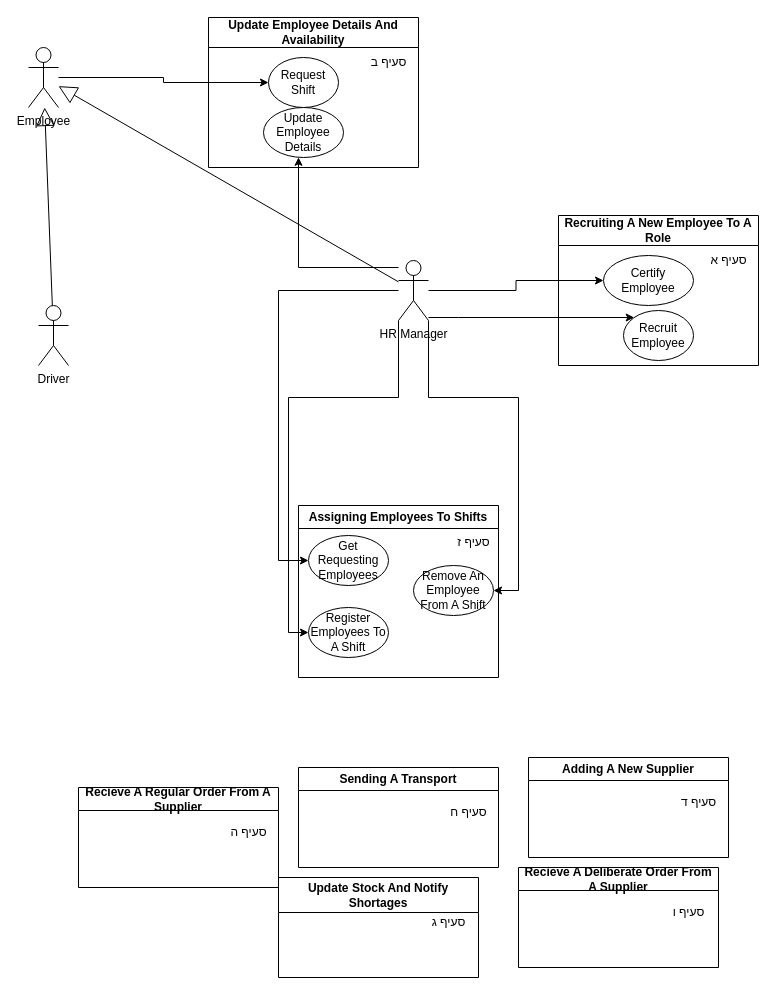
This is docs/UseCases.drawio from ADSS-GROUP-M/ADSS_GROUP_M, a draw.io file, before an edit. Source tidied: cells renumbered, new cells numbered last; positions are measured from the earlier drawing's top-left corner, leaving out a move shared by most shapes. Both pictures are drawn from the tidied source at 100%, with x=0, y=0 at pixel (28, 17).
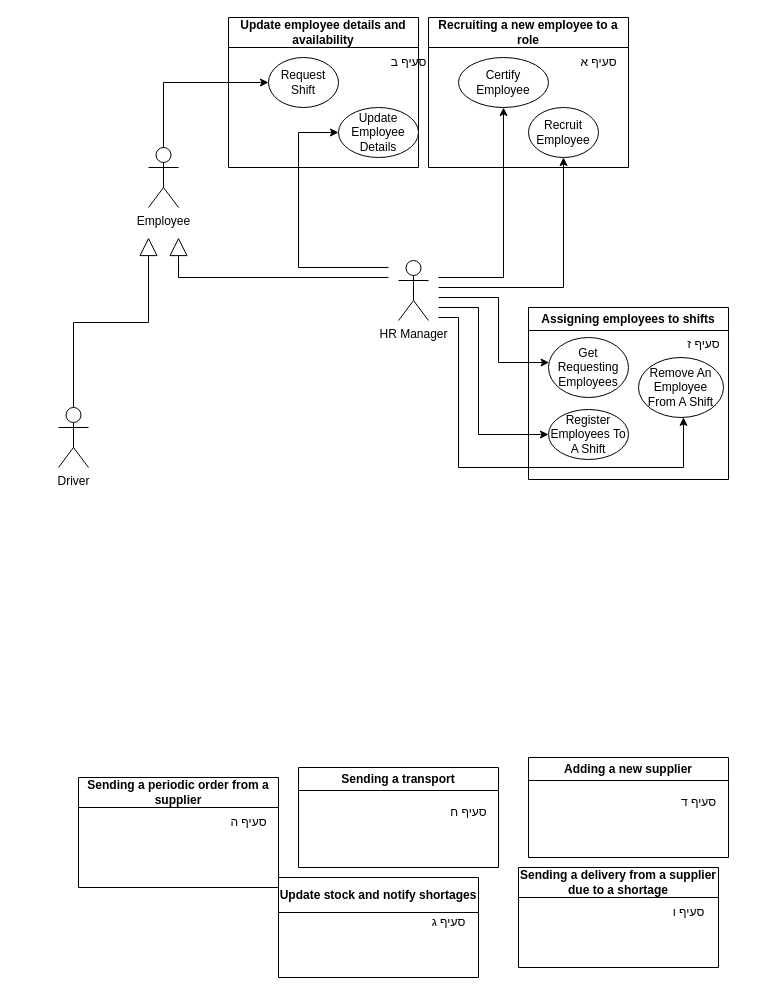
After the change.

The change refers to these unchanged cells:
```xml
<mxCell id="11" value="HR Manager" style="shape=umlActor;verticalLabelPosition=bottom;verticalAlign=top;html=1;outlineConnect=0;" parent="1" vertex="1">
  <mxGeometry x="370" y="243" width="30" height="60" as="geometry" />
</mxCell>
```

The edit, as a diff of the source:
```diff
@@
     <mxCell id="2" value="Driver" style="shape=umlActor;verticalLabelPosition=bottom;verticalAlign=top;html=1;outlineConnect=0;" parent="1" vertex="1">
-      <mxGeometry x="10" y="288" width="30" height="60" as="geometry" />
+      <mxGeometry x="30" y="390" width="30" height="60" as="geometry" />
     </mxCell>
     <mxCell id="3" style="edgeStyle=orthogonalEdgeStyle;rounded=0;jettySize=auto;html=1;" parent="1" edge="1" source="4" target="19">
-      <mxGeometry relative="1" as="geometry" />
+      <mxGeometry relative="1" as="geometry">
+        <Array as="points">
+          <mxPoint x="135" y="65" />
+        </Array>
+      </mxGeometry>
     </mxCell>
     <mxCell id="4" value="Employee" style="shape=umlActor;verticalLabelPosition=bottom;verticalAlign=top;html=1;outlineConnect=0;" parent="1" vertex="1">
-      <mxGeometry y="30" width="30" height="60" as="geometry" />
+      <mxGeometry x="120" y="130" width="30" height="60" as="geometry" />
     </mxCell>
-    <mxCell id="5" style="edgeStyle=orthogonalEdgeStyle;rounded=0;jettySize=auto;html=1;" parent="1" edge="1" source="11" target="15">
-      <mxGeometry relative="1" as="geometry" />
+    <mxCell id="5" style="rounded=0;jettySize=auto;html=1;edgeStyle=orthogonalEdgeStyle;" parent="1" edge="1" target="15">
+      <mxGeometry relative="1" as="geometry">
+        <mxPoint x="410" y="260" as="sourcePoint" />
+        <Array as="points">
+          <mxPoint x="475" y="260" />
+        </Array>
+      </mxGeometry>
     </mxCell>
-    <mxCell id="6" style="edgeStyle=orthogonalEdgeStyle;rounded=0;jettySize=auto;html=1;" parent="1" edge="1" source="11" target="18">
+    <mxCell id="6" style="edgeStyle=orthogonalEdgeStyle;rounded=0;jettySize=auto;html=1;entryX=0;entryY=0.5;entryDx=0;entryDy=0;" parent="1" edge="1" target="18">
       <mxGeometry relative="1" as="geometry">
+        <mxPoint x="360" y="250" as="sourcePoint" />
         <Array as="points">
           <mxPoint x="270" y="250" />
+          <mxPoint x="270" y="115" />
         </Array>
       </mxGeometry>
     </mxCell>
-    <mxCell id="7" style="edgeStyle=orthogonalEdgeStyle;rounded=0;jettySize=auto;html=1;" parent="1" edge="1" source="11" target="14">
+    <mxCell id="7" style="rounded=0;jettySize=auto;html=1;edgeStyle=orthogonalEdgeStyle;" parent="1" edge="1" target="14">
       <mxGeometry relative="1" as="geometry">
+        <mxPoint x="410" y="270" as="sourcePoint" />
         <Array as="points">
-          <mxPoint x="430" y="300" />
-          <mxPoint x="430" y="300" />
+          <mxPoint x="410" y="270" />
+          <mxPoint x="535" y="270" />
         </Array>
       </mxGeometry>
     </mxCell>
-    <mxCell id="8" style="edgeStyle=orthogonalEdgeStyle;rounded=0;jettySize=auto;html=1;" parent="1" edge="1" source="11" target="33">
+    <mxCell id="8" style="edgeStyle=orthogonalEdgeStyle;rounded=0;jettySize=auto;html=1;" parent="1" edge="1" target="33">
       <mxGeometry relative="1" as="geometry">
+        <mxPoint x="410" y="300" as="sourcePoint" />
         <Array as="points">
-          <mxPoint x="400" y="380" />
-          <mxPoint x="490" y="380" />
-          <mxPoint x="490" y="573" />
+          <mxPoint x="430" y="300" />
+          <mxPoint x="430" y="450" />
+          <mxPoint x="655" y="450" />
         </Array>
       </mxGeometry>
     </mxCell>
-    <mxCell id="9" style="edgeStyle=orthogonalEdgeStyle;rounded=0;jettySize=auto;html=1;" parent="1" edge="1" source="11" target="32">
+    <mxCell id="9" style="edgeStyle=orthogonalEdgeStyle;rounded=0;jettySize=auto;html=1;entryX=0;entryY=0.5;entryDx=0;entryDy=0;" parent="1" edge="1" target="32">
       <mxGeometry relative="1" as="geometry">
+        <mxPoint x="410" y="290" as="sourcePoint" />
         <Array as="points">
-          <mxPoint x="370" y="380" />
-          <mxPoint x="260" y="380" />
-          <mxPoint x="260" y="615" />
+          <mxPoint x="410" y="290" />
+          <mxPoint x="450" y="290" />
+          <mxPoint x="450" y="417" />
         </Array>
       </mxGeometry>
     </mxCell>
-    <mxCell id="10" style="edgeStyle=orthogonalEdgeStyle;rounded=0;jettySize=auto;html=1;" parent="1" edge="1" source="11" target="31">
+    <mxCell id="10" style="edgeStyle=orthogonalEdgeStyle;rounded=0;jettySize=auto;html=1;" parent="1" edge="1" target="31">
       <mxGeometry relative="1" as="geometry">
+        <mxPoint x="410" y="280" as="sourcePoint" />
         <Array as="points">
-          <mxPoint x="250" y="273" />
-          <mxPoint x="250" y="543" />
+          <mxPoint x="410" y="280" />
+          <mxPoint x="470" y="280" />
+          <mxPoint x="470" y="345" />
         </Array>
       </mxGeometry>
     </mxCell>
@@
-    <mxCell id="12" value="Recruiting A New Employee To A Role" style="swimlane;whiteSpace=wrap;html=1;startSize=30;" parent="1" vertex="1">
-      <mxGeometry x="530" y="198" width="200" height="150" as="geometry" />
+    <mxCell id="12" value="Recruiting a new employee to a role" style="swimlane;whiteSpace=wrap;html=1;startSize=30;" parent="1" vertex="1">
+      <mxGeometry x="400" width="200" height="150" as="geometry" />
     </mxCell>
@@
     <mxCell id="14" value="Recruit Employee" style="ellipse;whiteSpace=wrap;html=1;" parent="12" vertex="1">
-      <mxGeometry x="65" y="95" width="70" height="50" as="geometry" />
+      <mxGeometry x="100" y="90" width="70" height="50" as="geometry" />
     </mxCell>
     <mxCell id="15" value="Certify Employee" style="ellipse;whiteSpace=wrap;html=1;" parent="12" vertex="1">
-      <mxGeometry x="45" y="40" width="90" height="50" as="geometry" />
+      <mxGeometry x="30" y="40" width="90" height="50" as="geometry" />
     </mxCell>
-    <mxCell id="16" style="endArrow=block;endSize=16;endFill=0;html=1;rounded=0;" parent="1" edge="1" source="11" target="4">
-      <mxGeometry relative="1" as="geometry" />
+    <mxCell id="16" style="endArrow=block;endSize=16;endFill=0;html=1;rounded=0;edgeStyle=elbowEdgeStyle;" parent="1" edge="1">
+      <mxGeometry relative="1" as="geometry">
+        <mxPoint x="360" y="260" as="sourcePoint" />
+        <mxPoint x="150" y="220" as="targetPoint" />
+        <Array as="points">
+          <mxPoint x="150" y="250" />
+        </Array>
+      </mxGeometry>
     </mxCell>
-    <mxCell id="17" value="Update Employee Details And Availability" style="swimlane;whiteSpace=wrap;html=1;startSize=30;" parent="1" vertex="1">
-      <mxGeometry x="180" width="210" height="150" as="geometry" />
+    <mxCell id="17" value="Update employee details and availability" style="swimlane;whiteSpace=wrap;html=1;startSize=30;" parent="1" vertex="1">
+      <mxGeometry x="200" width="190" height="150" as="geometry" />
     </mxCell>
     <mxCell id="18" value="Update Employee Details" style="ellipse;whiteSpace=wrap;html=1;" parent="17" vertex="1">
-      <mxGeometry x="55" y="90" width="80" height="50" as="geometry" />
+      <mxGeometry x="110" y="90" width="80" height="50" as="geometry" />
     </mxCell>
     <mxCell id="19" value="Request Shift" style="ellipse;whiteSpace=wrap;html=1;" parent="17" vertex="1">
-      <mxGeometry x="60" y="40" width="70" height="50" as="geometry" />
+      <mxGeometry x="40" y="40" width="70" height="50" as="geometry" />
     </mxCell>
@@
-    <mxCell id="21" value="Update Stock And Notify Shortages" style="swimlane;whiteSpace=wrap;html=1;startSize=35;" parent="1" vertex="1">
+    <mxCell id="21" value="Update stock and notify shortages" style="swimlane;whiteSpace=wrap;html=1;startSize=35;" parent="1" vertex="1">
       <mxGeometry x="250" y="860" width="200" height="100" as="geometry" />
     </mxCell>
@@
-    <mxCell id="23" value="Adding A New Supplier" style="swimlane;whiteSpace=wrap;html=1;" parent="1" vertex="1">
+    <mxCell id="23" value="Adding a new supplier" style="swimlane;whiteSpace=wrap;html=1;" parent="1" vertex="1">
       <mxGeometry x="500" y="740" width="200" height="100" as="geometry" />
     </mxCell>
@@
-    <mxCell id="25" value="Recieve A Regular Order From A Supplier" style="swimlane;whiteSpace=wrap;html=1;" parent="1" vertex="1">
-      <mxGeometry x="50" y="770" width="200" height="100" as="geometry" />
+    <mxCell id="25" value="Sending a periodic order from a supplier" style="swimlane;whiteSpace=wrap;html=1;startSize=30;" parent="1" vertex="1">
+      <mxGeometry x="50" y="760" width="200" height="110" as="geometry" />
     </mxCell>
@@
-    <mxCell id="27" value="Recieve A Deliberate Order From A Supplier" style="swimlane;whiteSpace=wrap;html=1;" parent="1" vertex="1">
+    <mxCell id="27" value="Sending a delivery from a supplier due to a shortage" style="swimlane;whiteSpace=wrap;html=1;startSize=30;" parent="1" vertex="1">
       <mxGeometry x="490" y="850" width="200" height="100" as="geometry" />
     </mxCell>
@@
-    <mxCell id="29" value="Assigning Employees To Shifts" style="swimlane;whiteSpace=wrap;html=1;" parent="1" vertex="1">
-      <mxGeometry x="270" y="488" width="200" height="172" as="geometry" />
+    <mxCell id="29" value="Assigning employees to shifts" style="swimlane;whiteSpace=wrap;html=1;" parent="1" vertex="1">
+      <mxGeometry x="500" y="290" width="200" height="172" as="geometry" />
     </mxCell>
@@
     <mxCell id="31" value="Get Requesting Employees" style="ellipse;whiteSpace=wrap;html=1;" parent="29" vertex="1">
-      <mxGeometry x="10" y="30" width="80" height="50" as="geometry" />
+      <mxGeometry x="20" y="30" width="80" height="60" as="geometry" />
     </mxCell>
     <mxCell id="32" value="Register Employees To A Shift" style="ellipse;whiteSpace=wrap;html=1;" parent="29" vertex="1">
-      <mxGeometry x="10" y="102" width="80" height="50" as="geometry" />
+      <mxGeometry x="20" y="102" width="80" height="50" as="geometry" />
     </mxCell>
     <mxCell id="33" value="Remove An Employee From A Shift" style="ellipse;whiteSpace=wrap;html=1;" parent="29" vertex="1">
-      <mxGeometry x="115" y="60" width="80" height="50" as="geometry" />
+      <mxGeometry x="110" y="50" width="85" height="60" as="geometry" />
     </mxCell>
-    <mxCell id="34" value="Sending A Transport" style="swimlane;whiteSpace=wrap;html=1;" parent="1" vertex="1">
+    <mxCell id="34" value="Sending a transport" style="swimlane;whiteSpace=wrap;html=1;" parent="1" vertex="1">
       <mxGeometry x="270" y="750" width="200" height="100" as="geometry" />
     </mxCell>
@@
-    <mxCell id="36" style="endArrow=block;endSize=16;endFill=0;html=1;rounded=0;" parent="1" edge="1" source="2" target="4">
-      <mxGeometry relative="1" as="geometry" />
+    <mxCell id="36" style="endArrow=block;endSize=16;endFill=0;html=1;rounded=0;edgeStyle=orthogonalEdgeStyle;exitX=0.5;exitY=0;exitDx=0;exitDy=0;exitPerimeter=0;" parent="1" edge="1" source="2">
+      <mxGeometry relative="1" as="geometry">
+        <mxPoint x="120" y="220" as="targetPoint" />
+        <Array as="points">
+          <mxPoint x="45" y="305" />
+          <mxPoint x="120" y="305" />
+        </Array>
+      </mxGeometry>
     </mxCell>
```
